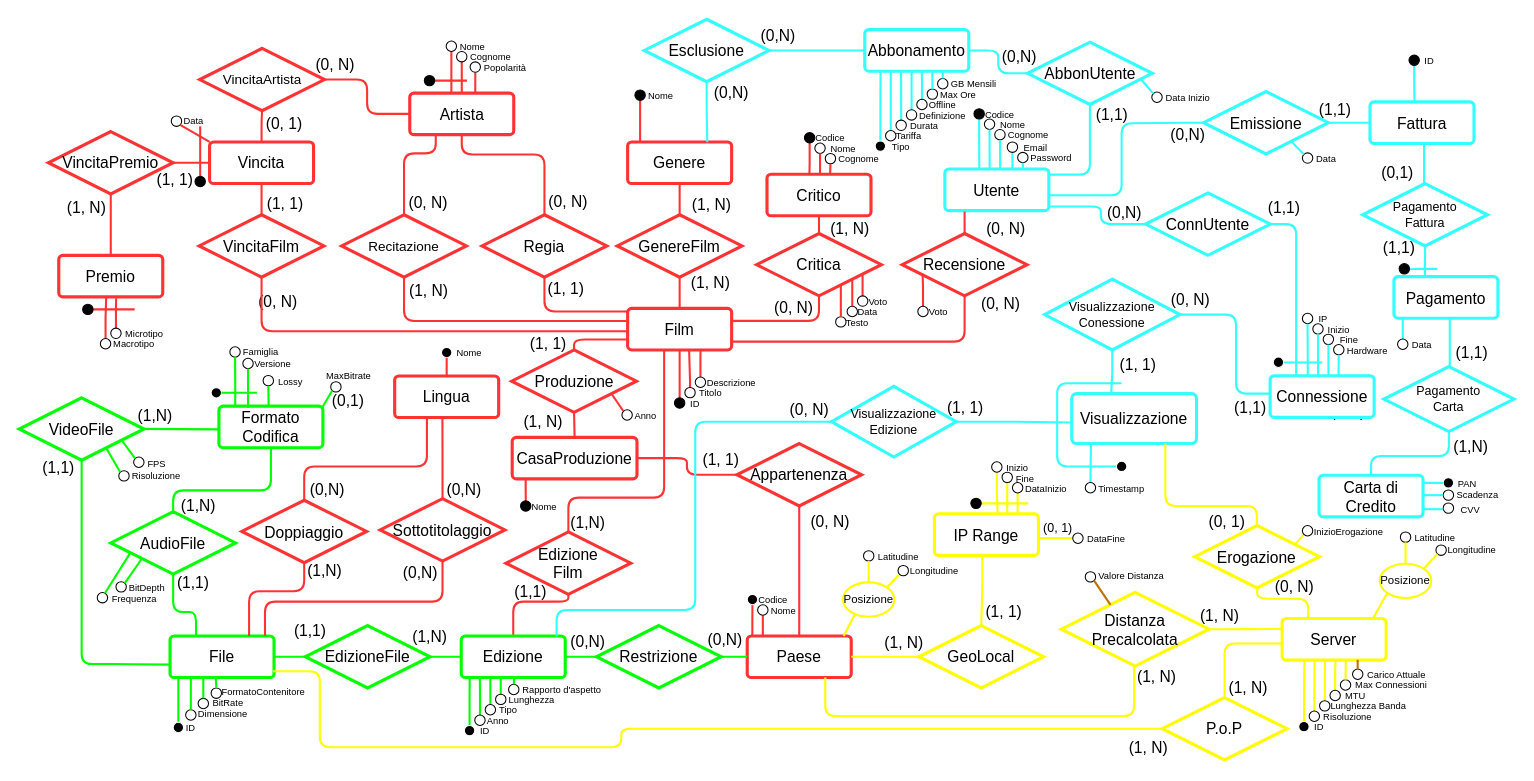
Before: page "ER - ristrutturato" (2 of 2) of ER.drawio in Richie314/FilmSphere, a draw.io diagram. Source tidied: cells renumbered, new cells numbered last; positions are measured from the earlier drawing's top-left corner, leaving out a move shared by most shapes. Both pictures are drawn from the tidied source at 104%, with x=0, y=0 at pixel (19, 19).
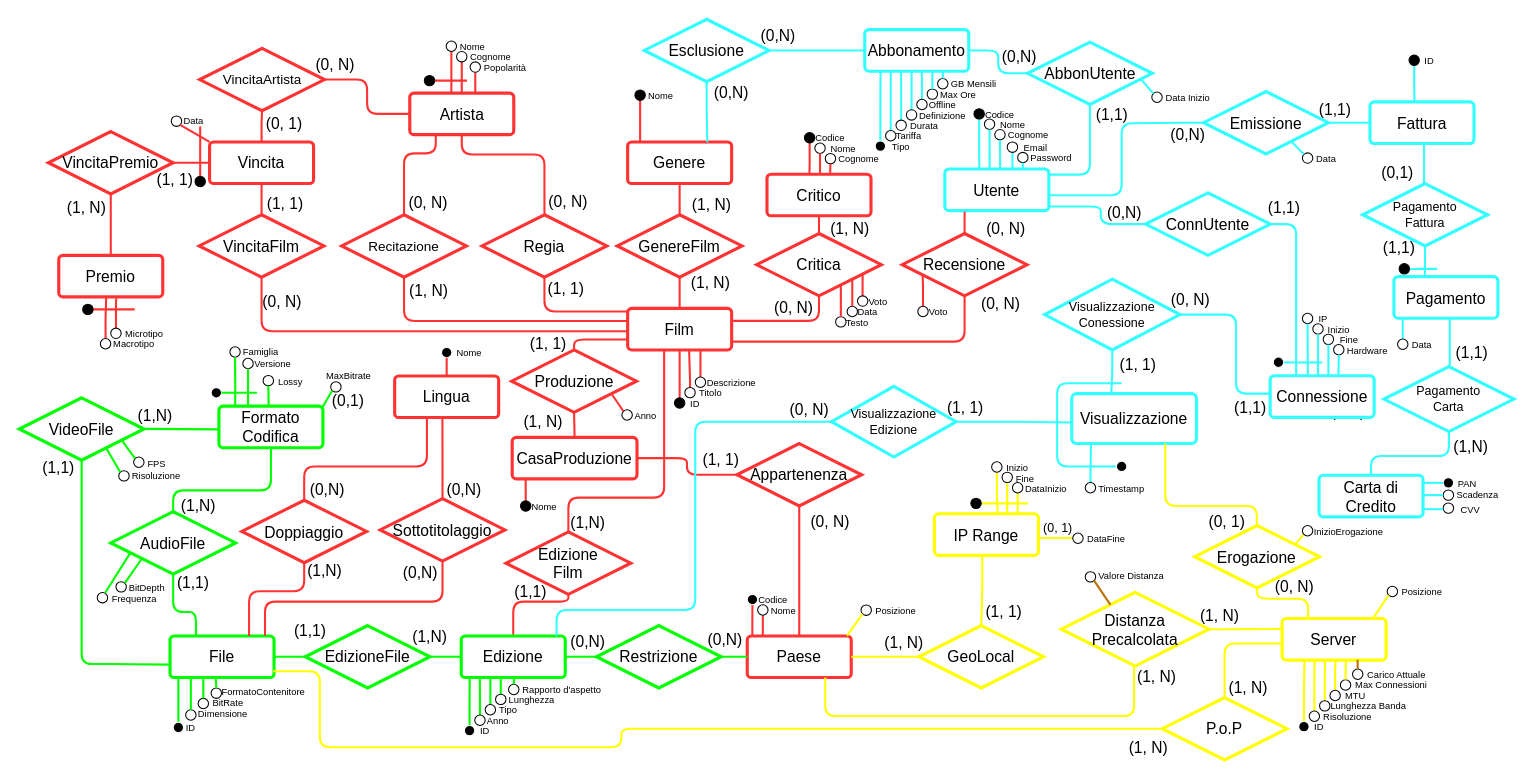
The same diagram, later.

Commit message (it also covers changes not shown here):
Posizione ristrutturato in unico attributo

The change refers to these unchanged cells:
```xml
<mxCell id="16" value="&lt;font style=&quot;font-size: 15px;&quot;&gt;Paese&lt;/font&gt;" style="rounded=1;arcSize=10;whiteSpace=wrap;html=1;align=center;strokeWidth=3;strokeColor=#FF3333;" parent="1" vertex="1">
  <mxGeometry x="700" y="593" width="100" height="40" as="geometry" />
</mxCell>
<mxCell id="289" value="&lt;font style=&quot;font-size: 15px;&quot;&gt;Server&lt;/font&gt;" style="rounded=1;arcSize=10;whiteSpace=wrap;html=1;align=center;strokeWidth=3;strokeColor=#FFFF00;" parent="1" vertex="1">
  <mxGeometry x="1214.3" y="576.2" width="100" height="40" as="geometry" />
</mxCell>
```

What changed in the source:
```diff
@@
     <mxCell id="48" value="&lt;font style=&quot;font-size: 15px;&quot;&gt;(0, N)&lt;/font&gt;" style="text;html=1;strokeColor=none;fillColor=none;align=center;verticalAlign=middle;whiteSpace=wrap;rounded=0;" parent="1" vertex="1">
-      <mxGeometry x="227" y="260" width="44" height="22" as="geometry" />
+      <mxGeometry x="231" y="260" width="44" height="22" as="geometry" />
     </mxCell>
@@
-    <mxCell id="230" value="&lt;font style=&quot;font-size: 11px;&quot;&gt;Posizione&lt;/font&gt;" style="ellipse;whiteSpace=wrap;html=1;strokeColor=#ffff00;strokeWidth=2;" parent="1" vertex="1">
-      <mxGeometry x="792" y="541.5" width="49.5" height="33" as="geometry" />
-    </mxCell>
-    <mxCell id="231" value="&lt;font style=&quot;font-size: 9px;&quot;&gt;Latitudine&lt;br&gt;&lt;/font&gt;" style="text;html=1;strokeColor=none;fillColor=none;align=center;verticalAlign=middle;whiteSpace=wrap;rounded=0;" parent="1" vertex="1">
-      <mxGeometry x="831" y="511" width="29" height="10" as="geometry" />
-    </mxCell>
-    <mxCell id="232" style="ellipse;whiteSpace=wrap;html=1;fillColor=#FFFFFF;strokeColor=#000000;" parent="1" vertex="1">
-      <mxGeometry x="811.8" y="511" width="10" height="10" as="geometry" />
-    </mxCell>
-    <mxCell id="233" value="&lt;font style=&quot;font-size: 9px;&quot;&gt;Longitudine&lt;br&gt;&lt;/font&gt;" style="text;html=1;strokeColor=none;fillColor=none;align=center;verticalAlign=middle;whiteSpace=wrap;rounded=0;" parent="1" vertex="1">
-      <mxGeometry x="865" y="525.2" width="30" height="10" as="geometry" />
-    </mxCell>
-    <mxCell id="234" style="ellipse;whiteSpace=wrap;html=1;fillColor=#FFFFFF;strokeColor=#000000;" parent="1" vertex="1">
-      <mxGeometry x="845" y="525.2" width="10" height="10" as="geometry" />
-    </mxCell>
-    <mxCell id="235" style="edgeStyle=orthogonalEdgeStyle;shape=connector;rounded=0;jettySize=auto;html=1;labelBackgroundColor=default;strokeColor=#FFFF00;strokeWidth=2;fontFamily=Helvetica;fontSize=11;fontColor=default;endArrow=none;endFill=0;entryX=0.5;entryY=0;entryDx=0;entryDy=0;exitX=0.5;exitY=1;exitDx=0;exitDy=0;" parent="1" edge="1" source="232" target="230">
-      <mxGeometry relative="1" as="geometry" />
-    </mxCell>
-    <mxCell id="236" style="endArrow=none;html=1;rounded=0;strokeColor=#FFFF00;strokeWidth=2;entryX=0;entryY=1;entryDx=0;entryDy=0;" parent="1" edge="1">
-      <mxGeometry relative="1" as="geometry">
-        <mxPoint x="834.5" y="546.2" as="sourcePoint" />
-        <mxPoint x="846" y="534.2" as="targetPoint" />
-      </mxGeometry>
-    </mxCell>
@@
-    <mxCell id="244" style="endArrow=none;html=1;rounded=0;entryX=0.229;entryY=0.934;entryDx=0;entryDy=0;exitX=0.928;exitY=0;exitDx=0;exitDy=0;exitPerimeter=0;strokeWidth=2;strokeColor=#FFFF00;entryPerimeter=0;" parent="1" edge="1" source="16" target="230">
-      <mxGeometry relative="1" as="geometry" />
-    </mxCell>
@@
-    <mxCell id="308" value="&lt;font style=&quot;font-size: 11px;&quot;&gt;Posizione&lt;/font&gt;" style="ellipse;whiteSpace=wrap;html=1;strokeColor=#ffff00;strokeWidth=2;" parent="1" vertex="1">
-      <mxGeometry x="1308.2" y="523.5" width="49.5" height="33" as="geometry" />
-    </mxCell>
-    <mxCell id="309" value="&lt;font style=&quot;font-size: 9px;&quot;&gt;Latitudine&lt;br&gt;&lt;/font&gt;" style="text;html=1;strokeColor=none;fillColor=none;align=center;verticalAlign=middle;whiteSpace=wrap;rounded=0;" parent="1" vertex="1">
-      <mxGeometry x="1347.2" y="493" width="29" height="10" as="geometry" />
-    </mxCell>
-    <mxCell id="310" style="ellipse;whiteSpace=wrap;html=1;fillColor=#FFFFFF;strokeColor=#000000;" parent="1" vertex="1">
-      <mxGeometry x="1328" y="493" width="10" height="10" as="geometry" />
-    </mxCell>
-    <mxCell id="311" value="&lt;font style=&quot;font-size: 9px;&quot;&gt;Longitudine&lt;br&gt;&lt;/font&gt;" style="text;html=1;strokeColor=none;fillColor=none;align=center;verticalAlign=middle;whiteSpace=wrap;rounded=0;" parent="1" vertex="1">
-      <mxGeometry x="1372.2" y="505" width="50" height="10" as="geometry" />
+    <mxCell id="311" value="&lt;font style=&quot;font-size: 9px;&quot;&gt;Posizione&lt;br&gt;&lt;/font&gt;" style="text;html=1;strokeColor=none;fillColor=none;align=center;verticalAlign=middle;whiteSpace=wrap;rounded=0;" parent="1" vertex="1">
+      <mxGeometry x="1324.1" y="545.2" width="50" height="10" as="geometry" />
     </mxCell>
     <mxCell id="312" style="ellipse;whiteSpace=wrap;html=1;fillColor=#FFFFFF;strokeColor=#000000;" parent="1" vertex="1">
-      <mxGeometry x="1362.2" y="505.5" width="10" height="10" as="geometry" />
+      <mxGeometry x="1315.3" y="545.2" width="10" height="10" as="geometry" />
     </mxCell>
-    <mxCell id="313" style="edgeStyle=orthogonalEdgeStyle;shape=connector;rounded=0;jettySize=auto;html=1;labelBackgroundColor=default;strokeColor=#FFFF00;strokeWidth=2;fontFamily=Helvetica;fontSize=11;fontColor=default;endArrow=none;endFill=0;entryX=0.5;entryY=0;entryDx=0;entryDy=0;exitX=0.5;exitY=1;exitDx=0;exitDy=0;" parent="1" edge="1" source="310" target="308">
-      <mxGeometry relative="1" as="geometry" />
-    </mxCell>
-    <mxCell id="314" style="endArrow=none;html=1;rounded=0;strokeColor=#FFFF00;strokeWidth=2;entryX=0;entryY=1;entryDx=0;entryDy=0;" parent="1" edge="1" target="312">
-      <mxGeometry relative="1" as="geometry">
-        <mxPoint x="1350.8" y="528" as="sourcePoint" />
-      </mxGeometry>
-    </mxCell>
@@
-    <mxCell id="332" style="endArrow=none;html=1;rounded=0;entryX=0;entryY=1;entryDx=0;entryDy=0;exitX=0.879;exitY=-0.026;exitDx=0;exitDy=0;exitPerimeter=0;strokeWidth=2;strokeColor=#FFFF00;" parent="1" edge="1" source="289" target="308">
+    <mxCell id="332" style="endArrow=none;html=1;rounded=0;entryX=0;entryY=1;entryDx=0;entryDy=0;exitX=0.879;exitY=-0.026;exitDx=0;exitDy=0;exitPerimeter=0;strokeWidth=2;strokeColor=#FFFF00;" parent="1" edge="1" source="289" target="312">
       <mxGeometry relative="1" as="geometry" />
     </mxCell>
@@
+    <mxCell id="430" value="&lt;font style=&quot;font-size: 9px;&quot;&gt;Posizione&lt;br&gt;&lt;/font&gt;" style="text;html=1;strokeColor=none;fillColor=none;align=center;verticalAlign=middle;whiteSpace=wrap;rounded=0;" parent="1" vertex="1">
+      <mxGeometry x="818.1" y="563.2" width="50" height="10" as="geometry" />
+    </mxCell>
+    <mxCell id="431" style="ellipse;whiteSpace=wrap;html=1;fillColor=#FFFFFF;strokeColor=#000000;" parent="1" vertex="1">
+      <mxGeometry x="809.4" y="563.2" width="10" height="10" as="geometry" />
+    </mxCell>
+    <mxCell id="432" style="endArrow=none;html=1;rounded=0;entryX=0;entryY=1;entryDx=0;entryDy=0;exitX=0.879;exitY=-0.026;exitDx=0;exitDy=0;exitPerimeter=0;strokeWidth=2;strokeColor=#FFFF00;" parent="1" edge="1" target="431">
+      <mxGeometry relative="1" as="geometry">
+        <mxPoint x="796" y="593" as="sourcePoint" />
+      </mxGeometry>
+    </mxCell>
```
